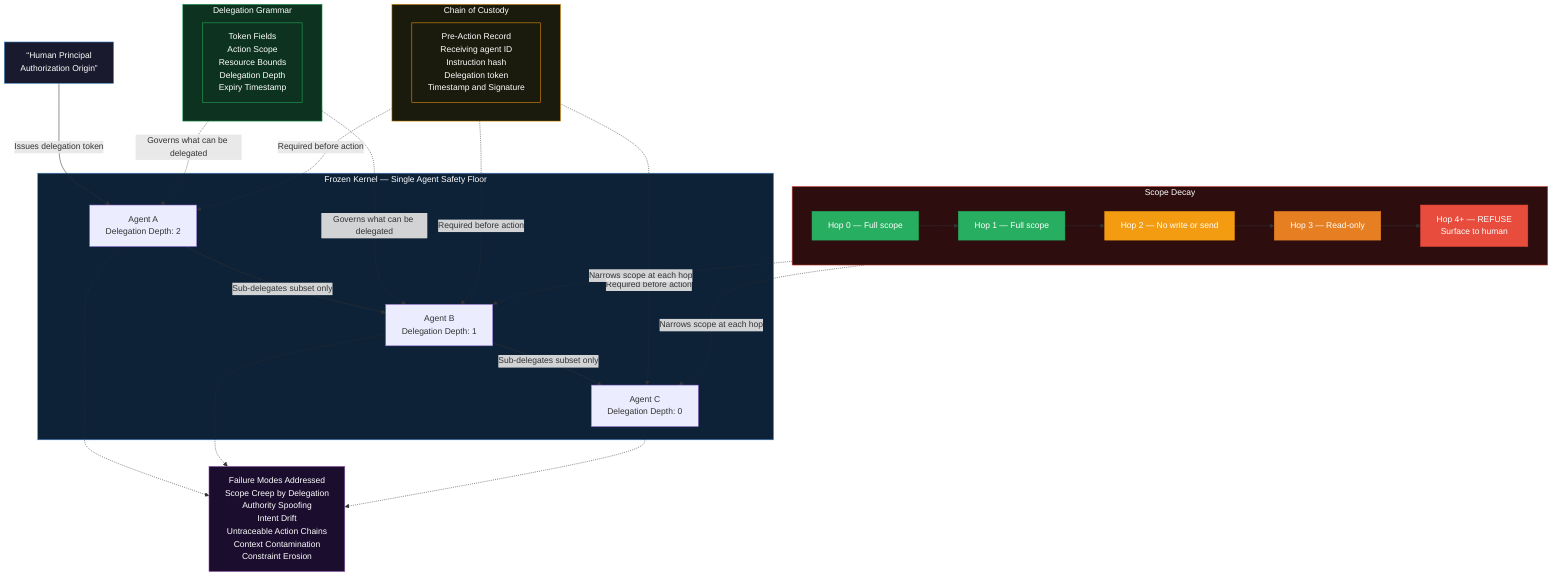
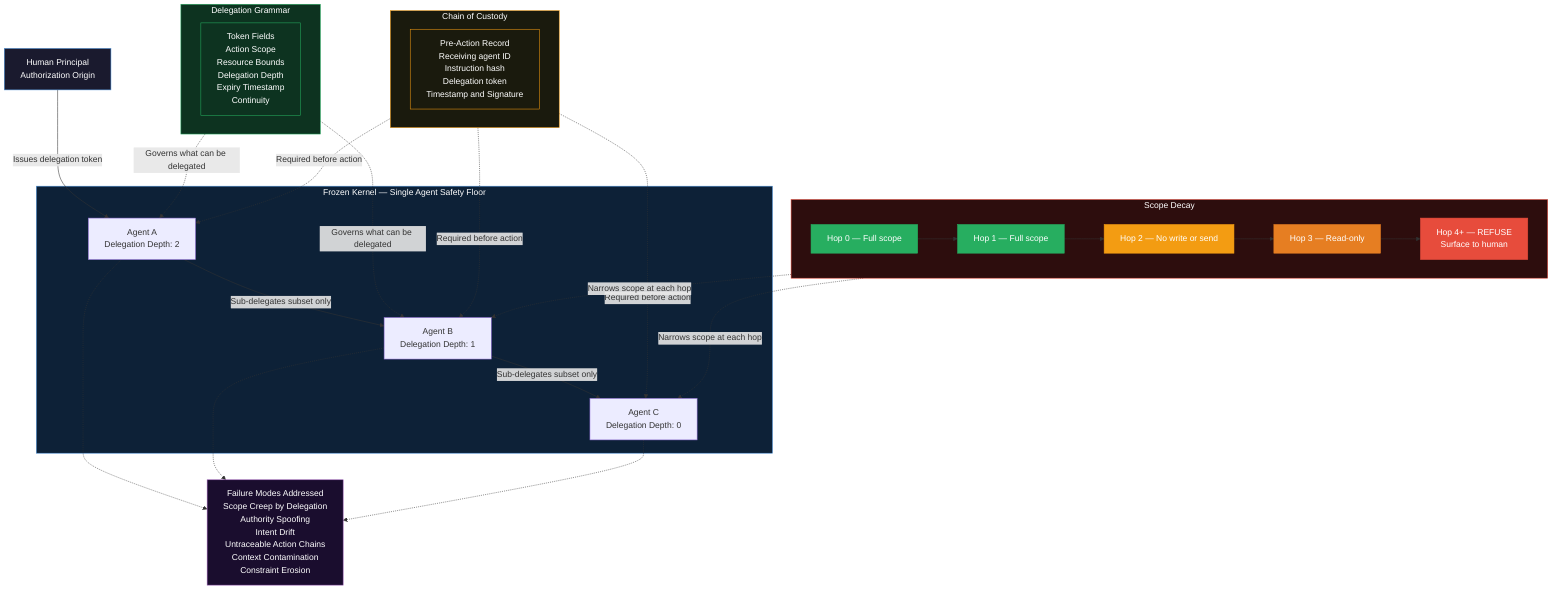
graph TD
- H[“Human Principal\nAuthorization Origin”]
+ H["Human Principal\nAuthorization Origin"]

- ```
subgraph FK["Frozen Kernel — Single Agent Safety Floor"]
    A1["Agent A\nDelegation Depth: 2"]
    A2["Agent B\nDelegation Depth: 1"]
    A3["Agent C\nDelegation Depth: 0"]
end

subgraph DG["Delegation Grammar"]
-     TOKEN["Token Fields\nAction Scope\nResource Bounds\nDelegation Depth\nExpiry Timestamp"]
+     TOKEN["Token Fields\nAction Scope\nResource Bounds\nDelegation Depth\nExpiry Timestamp\nContinuity"]
end

subgraph CC["Chain of Custody"]
    LOG["Pre-Action Record\nReceiving agent ID\nInstruction hash\nDelegation token\nTimestamp and Signature"]
end

subgraph SD["Scope Decay"]
    HOP0["Hop 0 — Full scope"]
    HOP1["Hop 1 — Full scope"]
    HOP2["Hop 2 — No write or send"]
    HOP3["Hop 3 — Read-only"]
    HOP4["Hop 4+ — REFUSE\nSurface to human"]
    HOP0 --> HOP1 --> HOP2 --> HOP3 --> HOP4
end

H -->|"Issues delegation token"| A1
A1 -->|"Sub-delegates subset only"| A2
A2 -->|"Sub-delegates subset only"| A3

DG -.->|"Governs what can be delegated"| A1
DG -.->|"Governs what can be delegated"| A2
CC -.->|"Required before action"| A1
CC -.->|"Required before action"| A2
CC -.->|"Required before action"| A3
SD -.->|"Narrows scope at each hop"| A2
SD -.->|"Narrows scope at each hop"| A3

FAIL["Failure Modes Addressed\nScope Creep by Delegation\nAuthority Spoofing\nIntent Drift\nUntraceable Action Chains\nContext Contamination\nConstraint Erosion"]

A1 & A2 & A3 -.-> FAIL

style H fill:#1a1a2e,color:#fff,stroke:#4a90d9
style FK fill:#0d2137,color:#fff,stroke:#4a90d9
style DG fill:#0d3320,color:#fff,stroke:#27ae60
style CC fill:#1a1a0d,color:#fff,stroke:#f39c12
style SD fill:#2d0d0d,color:#fff,stroke:#e74c3c
style FAIL fill:#1a0d2e,color:#fff,stroke:#9b59b6
style TOKEN fill:#0d3320,color:#fff,stroke:#27ae60
style LOG fill:#1a1a0d,color:#fff,stroke:#f39c12
style HOP0 fill:#27ae60,color:#fff,stroke:#27ae60
style HOP1 fill:#27ae60,color:#fff,stroke:#27ae60
style HOP2 fill:#f39c12,color:#fff,stroke:#f39c12
style HOP3 fill:#e67e22,color:#fff,stroke:#e67e22
style HOP4 fill:#e74c3c,color:#fff,stroke:#e74c3c
- ```
